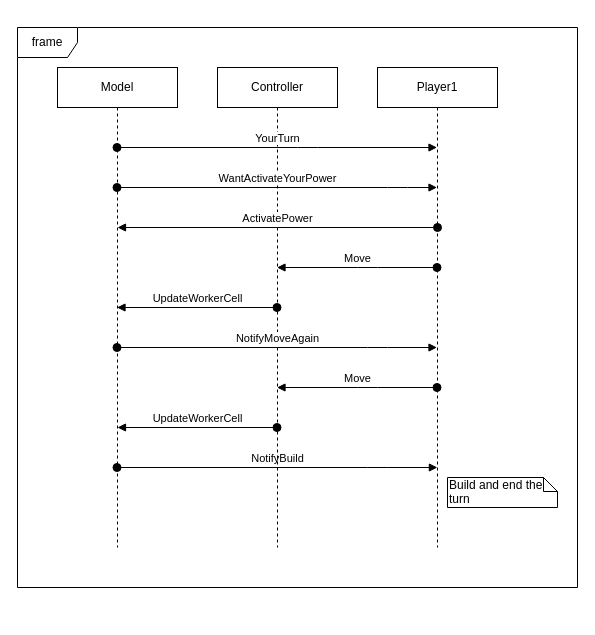
The draw.io diagram page "Case_Artemis" (3 of 4) of UML/newUML.drawio in matteovisotto/ing-sw-2020-Siriani-Stucchi-Visotto, before the edit. Source tidied: cells renumbered, new cells numbered last; positions are measured from the earlier drawing's top-left corner, leaving out a move shared by most shapes. Both pictures are drawn from the tidied source at 100%, with x=0, y=0 at pixel (17, 27).
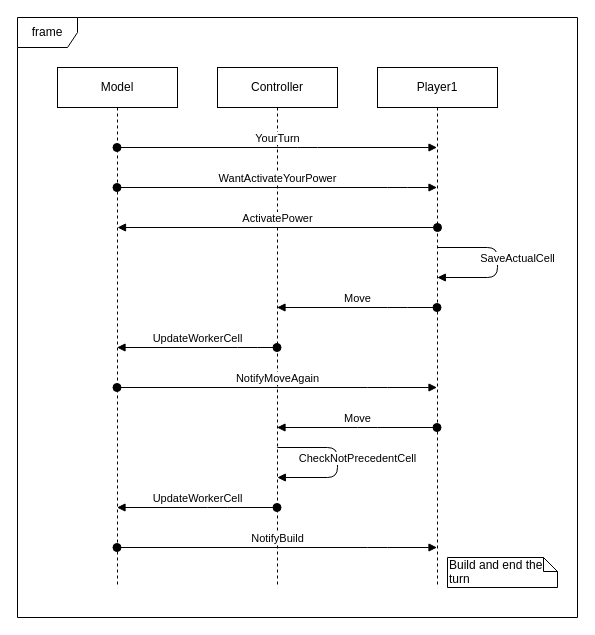
The same page after the edit.

Commit message:
Added Atlas Case.

The edit, as a diff of the source:
```diff
@@
     <mxCell id="2" value="frame" style="shape=umlFrame;whiteSpace=wrap;html=1;" parent="1" vertex="1">
-      <mxGeometry width="560" height="560" as="geometry" />
+      <mxGeometry y="-10" width="560" height="600" as="geometry" />
     </mxCell>
     <mxCell id="3" value="Model&lt;br&gt;" style="shape=umlLifeline;perimeter=lifelinePerimeter;whiteSpace=wrap;html=1;outlineConnect=0;" parent="1" vertex="1">
-      <mxGeometry x="40" y="40" width="120" height="480" as="geometry" />
+      <mxGeometry x="40" y="40" width="120" height="520" as="geometry" />
     </mxCell>
-    <mxCell id="4" value="NotifyBuild" style="html=1;verticalAlign=bottom;startArrow=oval;startFill=1;endArrow=block;startSize=8;" parent="3" edge="1" source="3">
-      <mxGeometry relative="1" as="geometry">
-        <mxPoint x="379.9" y="400" as="targetPoint" />
-        <Array as="points">
-          <mxPoint x="320.3" y="400" />
-        </Array>
-      </mxGeometry>
-    </mxCell>
     <mxCell id="5" value="Player1" style="shape=umlLifeline;perimeter=lifelinePerimeter;whiteSpace=wrap;html=1;outlineConnect=0;" parent="1" vertex="1">
-      <mxGeometry x="360" y="40" width="120" height="480" as="geometry" />
+      <mxGeometry x="360" y="40" width="120" height="520" as="geometry" />
     </mxCell>
     <mxCell id="6" value="Controller" style="shape=umlLifeline;perimeter=lifelinePerimeter;whiteSpace=wrap;html=1;outlineConnect=0;" parent="1" vertex="1">
-      <mxGeometry x="200" y="40" width="120" height="480" as="geometry" />
+      <mxGeometry x="200" y="40" width="120" height="520" as="geometry" />
     </mxCell>
@@
     <mxCell id="10" value="Move" style="html=1;verticalAlign=bottom;startArrow=oval;startFill=1;endArrow=block;startSize=8;" parent="1" edge="1" source="5" target="6">
       <mxGeometry relative="1" as="geometry">
         <Array as="points">
-          <mxPoint x="350" y="240" />
+          <mxPoint x="380" y="280" />
         </Array>
       </mxGeometry>
     </mxCell>
     <mxCell id="11" value="UpdateWorkerCell" style="html=1;verticalAlign=bottom;startArrow=oval;startFill=1;endArrow=block;startSize=8;" parent="1" edge="1" source="6" target="3">
-      <mxGeometry relative="1" as="geometry" />
+      <mxGeometry relative="1" as="geometry">
+        <Array as="points">
+          <mxPoint x="230" y="320" />
+        </Array>
+      </mxGeometry>
     </mxCell>
     <mxCell id="12" value="NotifyMoveAgain" style="html=1;verticalAlign=bottom;startArrow=oval;startFill=1;endArrow=block;startSize=8;" parent="1" edge="1" source="3" target="5">
       <mxGeometry relative="1" as="geometry">
         <Array as="points">
-          <mxPoint x="360" y="320" />
+          <mxPoint x="360" y="360" />
         </Array>
       </mxGeometry>
     </mxCell>
     <mxCell id="13" value="Move" style="html=1;verticalAlign=bottom;startArrow=oval;startFill=1;endArrow=block;startSize=8;" parent="1" edge="1" source="5" target="6">
       <mxGeometry relative="1" as="geometry">
         <Array as="points">
-          <mxPoint x="350.2" y="360" />
+          <mxPoint x="350" y="400" />
         </Array>
       </mxGeometry>
     </mxCell>
-    <mxCell id="14" value="UpdateWorkerCell" style="html=1;verticalAlign=bottom;startArrow=oval;startFill=1;endArrow=block;startSize=8;" parent="1" edge="1" source="6">
+    <mxCell id="14" value="UpdateWorkerCell" style="html=1;verticalAlign=bottom;startArrow=oval;startFill=1;endArrow=block;startSize=8;" parent="1" edge="1" source="6" target="3">
       <mxGeometry relative="1" as="geometry">
-        <mxPoint x="100" y="400" as="targetPoint" />
+        <Array as="points">
+          <mxPoint x="200" y="480" />
+        </Array>
       </mxGeometry>
     </mxCell>
     <mxCell id="15" value="Build and end the turn" style="shape=note;whiteSpace=wrap;html=1;size=14;verticalAlign=top;align=left;spacingTop=-6;" parent="1" vertex="1">
-      <mxGeometry x="430" y="450" width="110" height="30" as="geometry" />
+      <mxGeometry x="430" y="530" width="110" height="30" as="geometry" />
     </mxCell>
+    <mxCell id="4" value="NotifyBuild" style="html=1;verticalAlign=bottom;startArrow=oval;startFill=1;endArrow=block;startSize=8;" parent="1" edge="1" source="3" target="5">
+      <mxGeometry relative="1" as="geometry">
+        <Array as="points">
+          <mxPoint x="360" y="520" />
+        </Array>
+      </mxGeometry>
+    </mxCell>
+    <mxCell id="16" value="SaveActualCell" style="html=1;verticalAlign=bottom;endArrow=block;" parent="1" edge="1">
+      <mxGeometry x="0.07" y="20" relative="1" as="geometry">
+        <mxPoint x="419.8" y="220" as="sourcePoint" />
+        <mxPoint x="419.8" y="250" as="targetPoint" />
+        <Array as="points">
+          <mxPoint x="420" y="220" />
+          <mxPoint x="480" y="220" />
+          <mxPoint x="480" y="250" />
+        </Array>
+      </mxGeometry>
+    </mxCell>
+    <mxCell id="17" value="CheckNotPrecedentCell" style="html=1;verticalAlign=bottom;endArrow=block;" parent="1" edge="1">
+      <mxGeometry x="0.07" y="20" relative="1" as="geometry">
+        <mxPoint x="259.8" y="420" as="sourcePoint" />
+        <mxPoint x="259.8" y="450" as="targetPoint" />
+        <Array as="points">
+          <mxPoint x="260" y="420" />
+          <mxPoint x="320" y="420" />
+          <mxPoint x="320" y="450" />
+        </Array>
+      </mxGeometry>
+    </mxCell>
```
